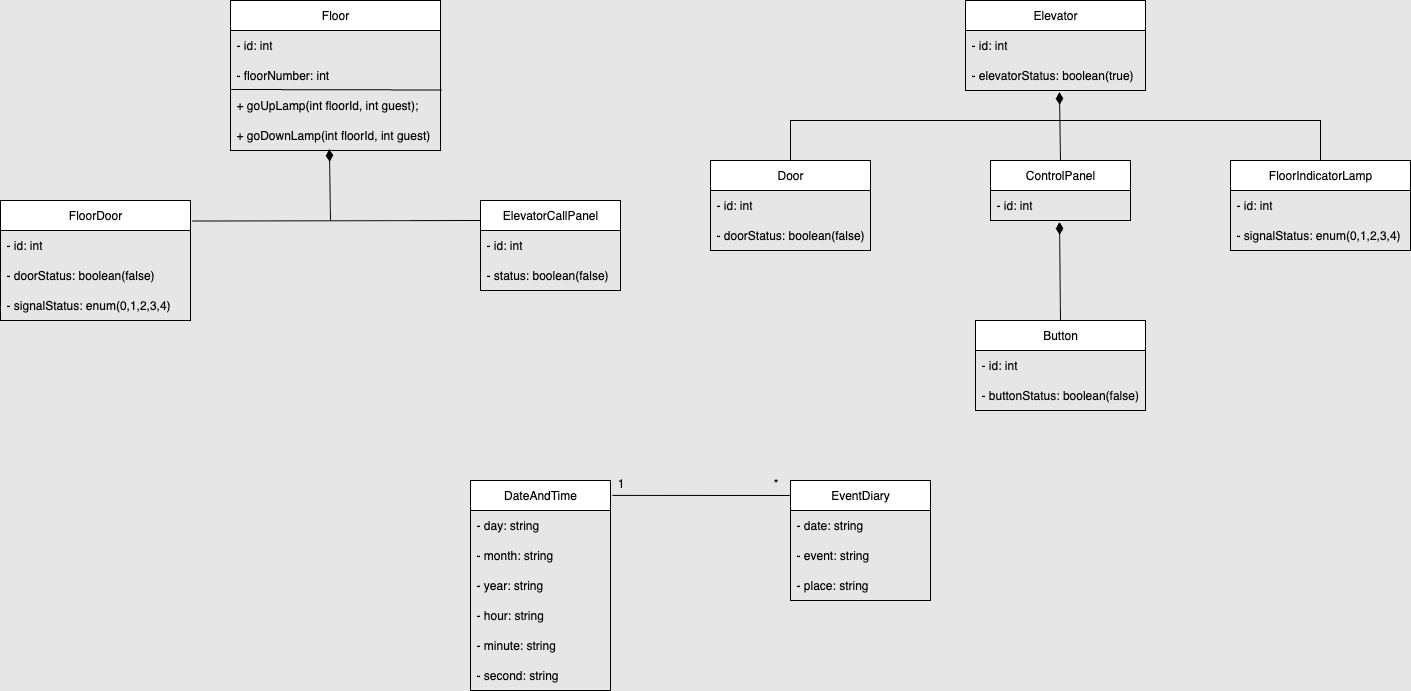
This is ElevatorSimulation.drawio.png from Gundogduu/javaIntro2022, a draw.io export, as it was before one commit. Source tidied: cells renumbered, new cells last; positions are measured from the earlier drawing's top-left corner, leaving out a move shared by most shapes.
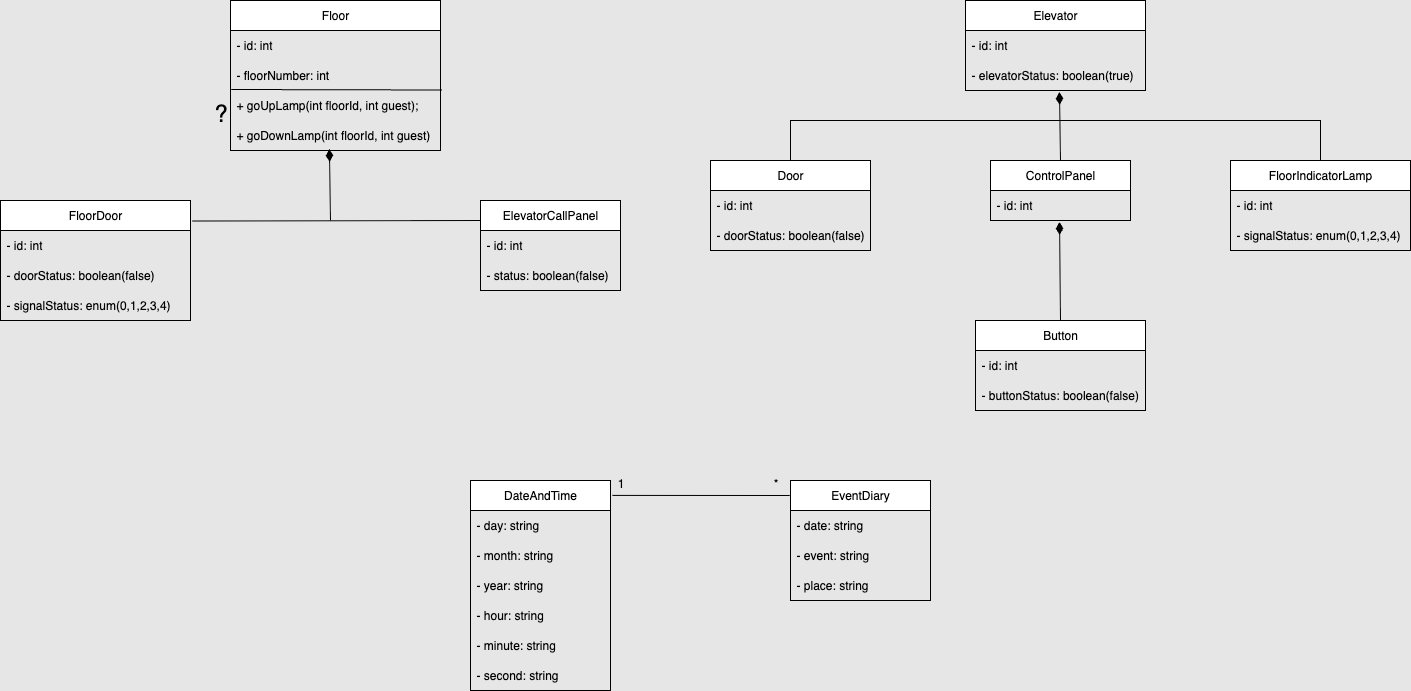
After the change.

What changed in the source:
```diff
@@ -157,5 +157,8 @@
     <mxCell id="48" value="*" style="text;html=1;align=center;verticalAlign=middle;strokeColor=none;fillColor=none;" parent="1" vertex="1">
       <mxGeometry x="760" y="468" width="30" height="30" as="geometry" />
     </mxCell>
+    <mxCell id="49" value="&lt;font style=&quot;font-size: 24px;&quot;&gt;?&lt;/font&gt;" style="text;html=1;align=center;verticalAlign=middle;strokeColor=none;fillColor=none;" parent="1" vertex="1">
+      <mxGeometry x="200" y="93" width="40" height="40" as="geometry" />
+    </mxCell>
   </root>
 </mxGraphModel>
```
